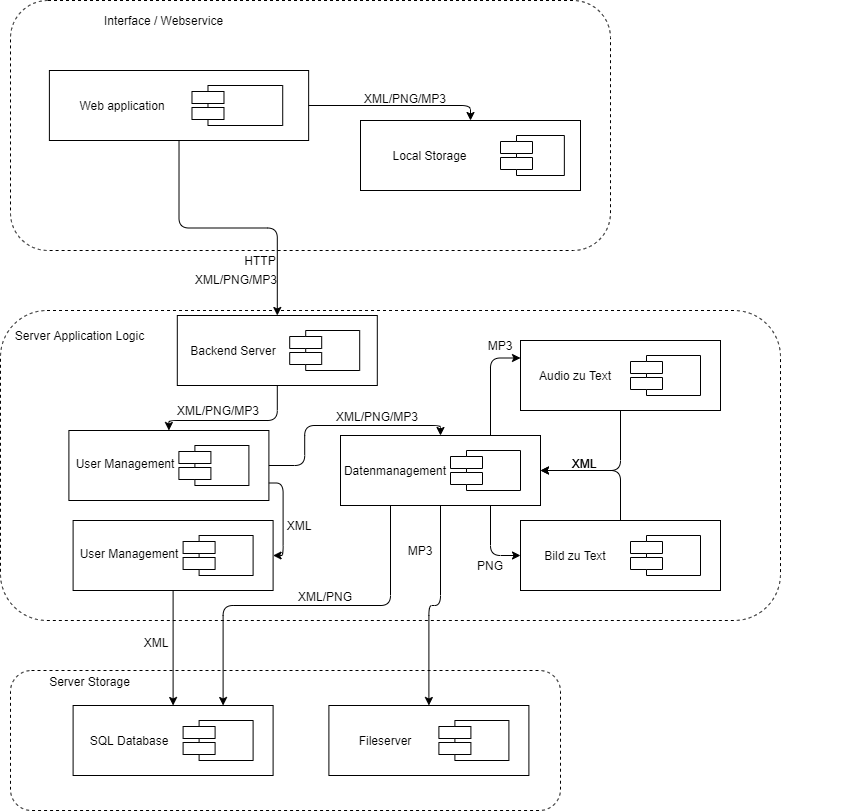
The draw.io diagram technische Beschreibung/systemarchitekturdiagramm.png in MindCollector-Softwareprojekt2021/MindCollector, before a commit. Source tidied: cells renumbered, new cells last; positions are measured from the earlier drawing's top-left corner, leaving out a move shared by most shapes.
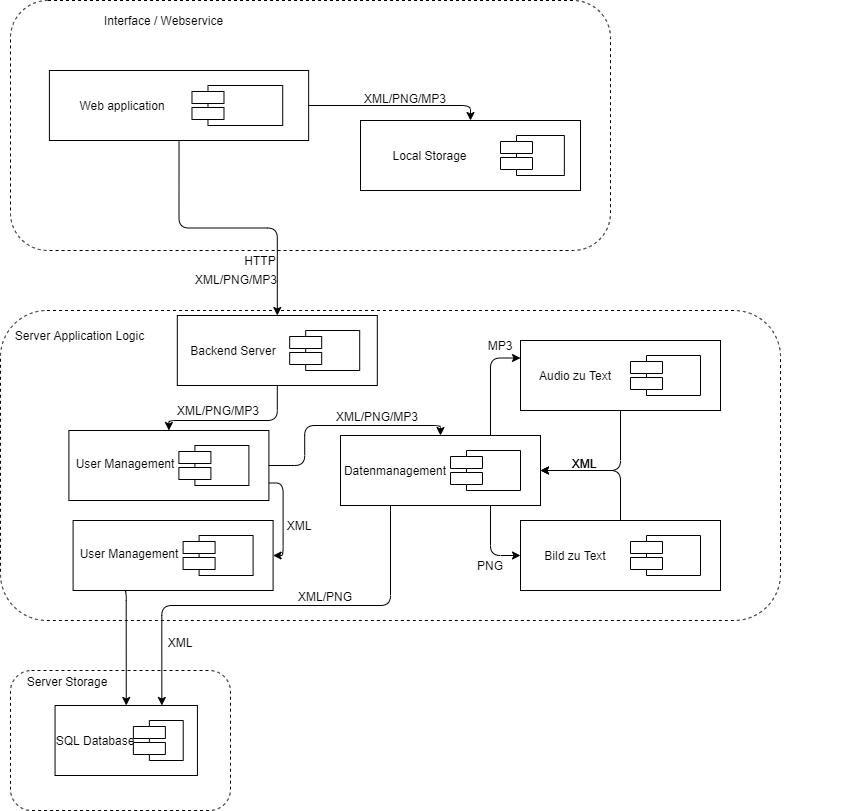
The same diagram one commit later.

The edit, as a diff of the source:
```diff
@@ -100,9 +100,6 @@
     <mxCell id="32" value="PNG" style="text;html=1;strokeColor=none;fillColor=none;align=center;verticalAlign=middle;whiteSpace=wrap;rounded=0;" parent="2" vertex="1">
       <mxGeometry x="470" y="245" width="40" height="20" as="geometry" />
     </mxCell>
-    <mxCell id="33" value="MP3" style="text;html=1;strokeColor=none;fillColor=none;align=center;verticalAlign=middle;whiteSpace=wrap;rounded=0;" parent="2" vertex="1">
-      <mxGeometry x="400" y="230" width="40" height="20" as="geometry" />
-    </mxCell>
     <mxCell id="34" value="XML" style="text;html=1;strokeColor=none;fillColor=none;align=center;verticalAlign=middle;whiteSpace=wrap;rounded=0;" parent="2" vertex="1">
       <mxGeometry x="279.2" y="205" width="40" height="20" as="geometry" />
     </mxCell>
@@ -164,49 +161,38 @@
       <mxGeometry relative="1" as="geometry" />
     </mxCell>
     <mxCell id="54" style="group;" parent="1" vertex="1">
-      <mxGeometry x="10" y="670" width="590" height="140" as="geometry" />
+      <mxGeometry x="10" y="670" width="420" height="140" as="geometry" />
     </mxCell>
     <mxCell id="55" style="rounded=1;whiteSpace=wrap;html=1;dashed=1;" parent="54" vertex="1">
-      <mxGeometry width="550" height="140" as="geometry" />
+      <mxGeometry width="220" height="140" as="geometry" />
     </mxCell>
     <mxCell id="56" value="Server Storage" style="text;html=1;strokeColor=none;fillColor=none;align=center;verticalAlign=middle;whiteSpace=wrap;rounded=0;dashed=1;" parent="54" vertex="1">
-      <mxGeometry x="8.4" y="5.6" width="143.2" height="11.2" as="geometry" />
+      <mxGeometry x="6" y="5.6" width="101.9" height="11.2" as="geometry" />
     </mxCell>
     <mxCell id="57" style="shape=component;align=left;spacingLeft=36;rounded=0;shadow=0;comic=0;labelBackgroundColor=none;strokeWidth=1;fontFamily=Verdana;fontSize=12;html=1;" parent="54" vertex="1">
-      <mxGeometry x="162.6" y="40" width="70" height="40" as="geometry" />
+      <mxGeometry x="115.7" y="40" width="49.8" height="40" as="geometry" />
     </mxCell>
     <mxCell id="58" style="html=1;rounded=0;shadow=0;comic=0;labelBackgroundColor=none;strokeWidth=1;fontFamily=Verdana;fontSize=12;align=center;" parent="54" vertex="1">
-      <mxGeometry x="62.6" y="35" width="200" height="70" as="geometry" />
+      <mxGeometry x="44.6" y="35" width="142.4" height="70" as="geometry" />
     </mxCell>
     <mxCell id="59" style="shape=component;align=left;spacingLeft=36;rounded=0;shadow=0;comic=0;labelBackgroundColor=none;strokeWidth=1;fontFamily=Verdana;fontSize=12;html=1;" parent="54" vertex="1">
-      <mxGeometry x="172.6" y="50" width="70" height="40" as="geometry" />
+      <mxGeometry x="122.9" y="50" width="49.8" height="40" as="geometry" />
     </mxCell>
     <mxCell id="60" value="SQL Database" style="text;html=1;strokeColor=none;fillColor=none;align=center;verticalAlign=middle;whiteSpace=wrap;rounded=0;dashed=1;" parent="54" vertex="1">
-      <mxGeometry x="54.2" y="60" width="129.6" height="20" as="geometry" />
+      <mxGeometry x="38.6" y="60" width="92.3" height="20" as="geometry" />
     </mxCell>
-    <mxCell id="61" style="shape=component;align=left;spacingLeft=36;rounded=0;shadow=0;comic=0;labelBackgroundColor=none;strokeWidth=1;fontFamily=Verdana;fontSize=12;html=1;" parent="54" vertex="1">
-      <mxGeometry x="418.4" y="40" width="70" height="40" as="geometry" />
-    </mxCell>
-    <mxCell id="62" style="html=1;rounded=0;shadow=0;comic=0;labelBackgroundColor=none;strokeWidth=1;fontFamily=Verdana;fontSize=12;align=center;" parent="54" vertex="1">
-      <mxGeometry x="318.4" y="35" width="200" height="70" as="geometry" />
-    </mxCell>
-    <mxCell id="63" style="shape=component;align=left;spacingLeft=36;rounded=0;shadow=0;comic=0;labelBackgroundColor=none;strokeWidth=1;fontFamily=Verdana;fontSize=12;html=1;" parent="54" vertex="1">
-      <mxGeometry x="428.4" y="50" width="70" height="40" as="geometry" />
-    </mxCell>
-    <mxCell id="64" value="Fileserver" style="text;html=1;strokeColor=none;fillColor=none;align=center;verticalAlign=middle;whiteSpace=wrap;rounded=0;dashed=1;" parent="54" vertex="1">
-      <mxGeometry x="310" y="60" width="129.6" height="20" as="geometry" />
-    </mxCell>
     <mxCell id="65" style="endArrow=classic;html=1;exitX=0.5;exitY=1;exitDx=0;exitDy=0;entryX=0.5;entryY=0;entryDx=0;entryDy=0;edgeStyle=orthogonalEdgeStyle;endFill=1;" parent="1" edge="1" source="49" target="6">
       <mxGeometry relative="1" as="geometry" />
     </mxCell>
-    <mxCell id="66" style="endArrow=classic;html=1;exitX=0.5;exitY=1;exitDx=0;exitDy=0;entryX=0.5;entryY=0;entryDx=0;entryDy=0;edgeStyle=orthogonalEdgeStyle;endFill=1;" parent="1" edge="1" source="14" target="62">
-      <mxGeometry relative="1" as="geometry" />
-    </mxCell>
     <mxCell id="67" style="endArrow=classic;html=1;exitX=0.25;exitY=1;exitDx=0;exitDy=0;entryX=0.75;entryY=0;entryDx=0;entryDy=0;edgeStyle=orthogonalEdgeStyle;endFill=1;" parent="1" edge="1" source="14" target="58">
       <mxGeometry relative="1" as="geometry" />
     </mxCell>
-    <mxCell id="68" style="endArrow=classic;html=1;exitX=0.5;exitY=1;exitDx=0;exitDy=0;entryX=0.5;entryY=0;entryDx=0;entryDy=0;edgeStyle=orthogonalEdgeStyle;endFill=1;" parent="1" edge="1" source="10" target="58">
-      <mxGeometry relative="1" as="geometry" />
+    <mxCell id="68" style="endArrow=classic;html=1;exitX=0.25;exitY=1;exitDx=0;exitDy=0;entryX=0.5;entryY=0;entryDx=0;entryDy=0;edgeStyle=orthogonalEdgeStyle;endFill=1;" parent="1" edge="1" source="10" target="58">
+      <mxGeometry relative="1" as="geometry">
+        <Array as="points">
+          <mxPoint x="126" y="590" />
+        </Array>
+      </mxGeometry>
     </mxCell>
     <mxCell id="69" value="XML/PNG/MP3" style="text;html=1;strokeColor=none;fillColor=none;align=center;verticalAlign=middle;whiteSpace=wrap;rounded=0;" parent="1" vertex="1">
       <mxGeometry x="216" y="269" width="40" height="20" as="geometry" />
@@ -224,7 +210,7 @@
       <mxGeometry x="305" y="586" width="40" height="20" as="geometry" />
     </mxCell>
     <mxCell id="74" value="XML" style="text;html=1;strokeColor=none;fillColor=none;align=center;verticalAlign=middle;whiteSpace=wrap;rounded=0;" parent="1" vertex="1">
-      <mxGeometry x="136" y="632" width="40" height="20" as="geometry" />
+      <mxGeometry x="160" y="632" width="40" height="20" as="geometry" />
     </mxCell>
   </root>
 </mxGraphModel>
```
